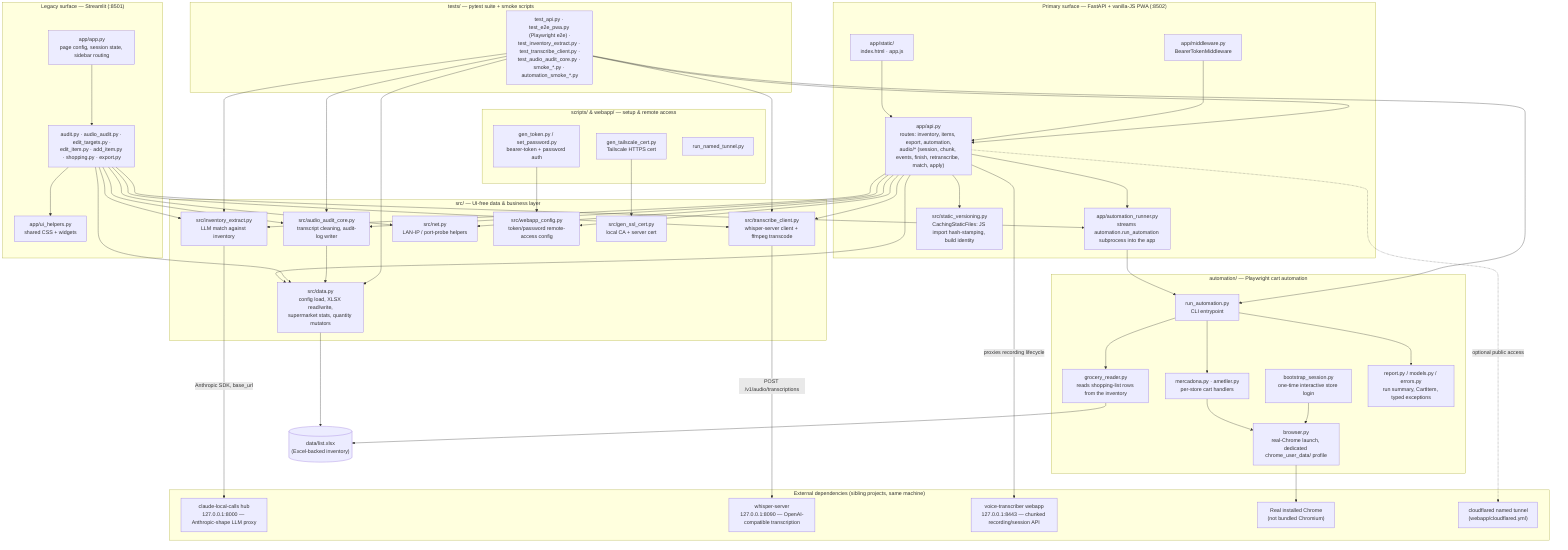
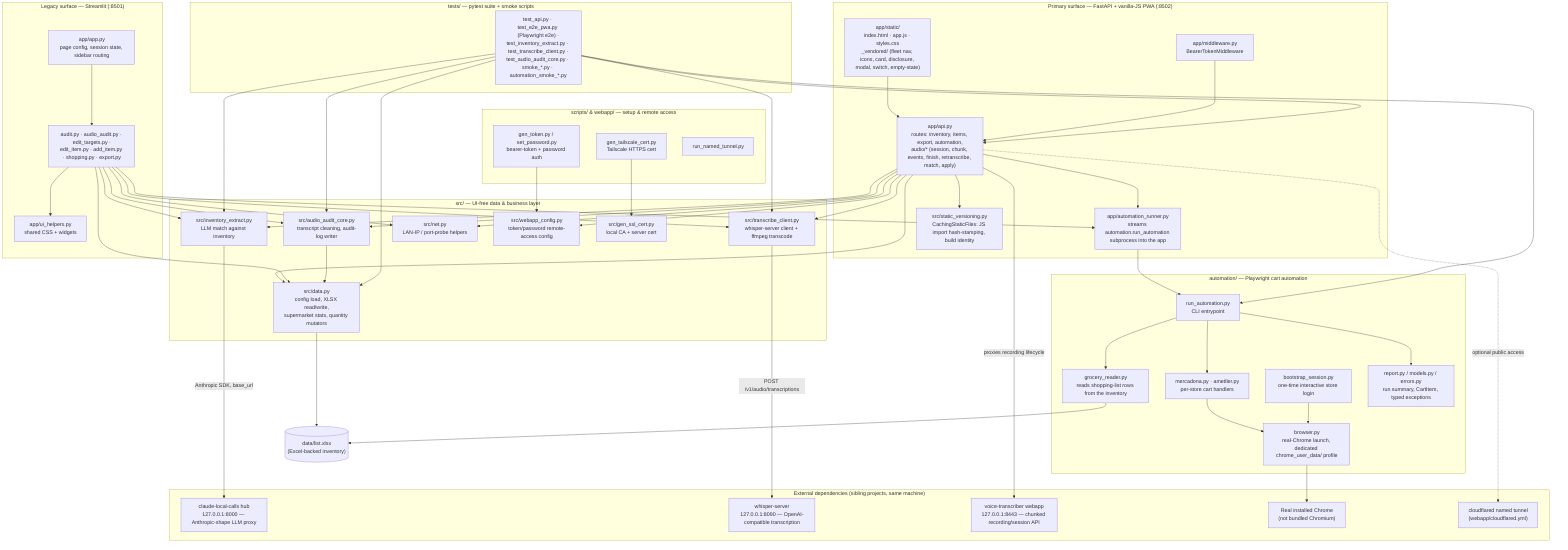
%% docs/architecture.mmd — this repo's own internal structure.
%% Hand-authored, not generated — unlike a fleet-wide crawled map, this
%% repo's own internal shape is semantic and can't be scraped the same way.
%% Update this diagram in the same PR as any material structural change (a
%% new mode/route, a module moved, a new external dependency wired in) —
%% same anti-staleness contract as this repo's own `.fleet.toml` `description`
%% field. See ferraroroberto/fleet-config#256 for the general convention.

flowchart TB
  subgraph frontend["Primary surface — FastAPI + vanilla-JS PWA (:8502)"]
-     STATIC["app/static/\nindex.html · app.js"]
+     STATIC["app/static/\nindex.html · app.js · styles.css\n_vendored/ (fleet nav, icons, card, disclosure, modal, switch, empty-state)"]
    API["app/api.py\nroutes: inventory, items, export, automation,\naudio/* (session, chunk, events, finish, retranscribe, match, apply)"]
    MW["app/middleware.py\nBearerTokenMiddleware"]
    RUNNER["app/automation_runner.py\nstreams automation.run_automation subprocess into the app"]
    VERSIONING["src/static_versioning.py\nCachingStaticFiles: JS import hash-stamping, build identity"]
    STATIC --> API
    MW --> API
    API --> RUNNER
    API --> VERSIONING
  end

  subgraph legacy["Legacy surface — Streamlit (:8501)"]
    APPPY["app/app.py\npage config, session state, sidebar routing"]
    MODES["audit.py · audio_audit.py · edit_targets.py ·\nedit_item.py · add_item.py · shopping.py · export.py"]
    UIHELP["app/ui_helpers.py\nshared CSS + widgets"]
    APPPY --> MODES
    MODES --> UIHELP
    MODES --> RUNNER
  end

  subgraph datalayer["src/ — UI-free data & business layer"]
    DATA["src/data.py\nconfig load, XLSX read/write,\nsupermarket stats, quantity mutators"]
    AUDIOCORE["src/audio_audit_core.py\ntranscript cleaning, audit-log writer"]
    EXTRACT["src/inventory_extract.py\nLLM match against inventory"]
    TRANSCRIBE["src/transcribe_client.py\nwhisper-server client + ffmpeg transcode"]
    NET["src/net.py\nLAN-IP / port-probe helpers"]
    WEBCFG["src/webapp_config.py\ntoken/password remote-access config"]
    SSL["src/gen_ssl_cert.py\nlocal CA + server cert"]
  end
  API --> DATA
  API --> AUDIOCORE
  API --> EXTRACT
  API --> TRANSCRIBE
  API --> NET
  API --> WEBCFG
  MODES --> DATA
  MODES --> AUDIOCORE
  MODES --> EXTRACT
  MODES --> TRANSCRIBE
  MODES --> NET
  AUDIOCORE --> DATA

  XLSX[("data/list.xlsx\n(Excel-backed inventory)")]
  DATA --> XLSX

  subgraph cartauto["automation/ — Playwright cart automation"]
    RUNAUTO["run_automation.py\nCLI entrypoint"]
    STOREMODS["mercadona.py · ametller.py\nper-store cart handlers"]
    BROWSER["browser.py\nreal-Chrome launch, dedicated chrome_user_data/ profile"]
    BOOTSTRAP["bootstrap_session.py\none-time interactive store login"]
    READER["grocery_reader.py\nreads shopping-list rows from the inventory"]
    REPORT["report.py / models.py / errors.py\nrun summary, CartItem, typed exceptions"]
    RUNAUTO --> STOREMODS
    STOREMODS --> BROWSER
    BOOTSTRAP --> BROWSER
    RUNAUTO --> READER
    RUNAUTO --> REPORT
  end
  RUNNER --> RUNAUTO
  READER --> XLSX

  subgraph external["External dependencies (sibling projects, same machine)"]
    HUB["claude-local-calls hub\n127.0.0.1:8000 — Anthropic-shape LLM proxy"]
    WHISPER["whisper-server\n127.0.0.1:8090 — OpenAI-compatible transcription"]
    VOICET["voice-transcriber webapp\n127.0.0.1:8443 — chunked recording/session API"]
    CHROME["Real installed Chrome\n(not bundled Chromium)"]
    CLOUDFLARE["cloudflared named tunnel\n(webapp/cloudflared.yml)"]
  end
  EXTRACT -->|Anthropic SDK, base_url| HUB
  TRANSCRIBE -->|POST /v1/audio/transcriptions| WHISPER
  API -->|proxies recording lifecycle| VOICET
  BROWSER --> CHROME
  API -.->|optional public access| CLOUDFLARE

  subgraph scripts["scripts/ & webapp/ — setup & remote access"]
    GENTOKEN["gen_token.py / set_password.py\nbearer-token + password auth"]
    TAILCERT["gen_tailscale_cert.py\nTailscale HTTPS cert"]
    TUNNEL["run_named_tunnel.py"]
  end
  GENTOKEN --> WEBCFG
  TAILCERT --> SSL

  subgraph tests["tests/ — pytest suite + smoke scripts"]
    TESTFILES["test_api.py · test_e2e_pwa.py (Playwright e2e) ·\ntest_inventory_extract.py · test_transcribe_client.py ·\ntest_audio_audit_core.py · smoke_*.py · automation_smoke_*.py"]
  end
  TESTFILES --> API
  TESTFILES --> DATA
  TESTFILES --> EXTRACT
  TESTFILES --> TRANSCRIBE
  TESTFILES --> AUDIOCORE
  TESTFILES --> RUNAUTO
